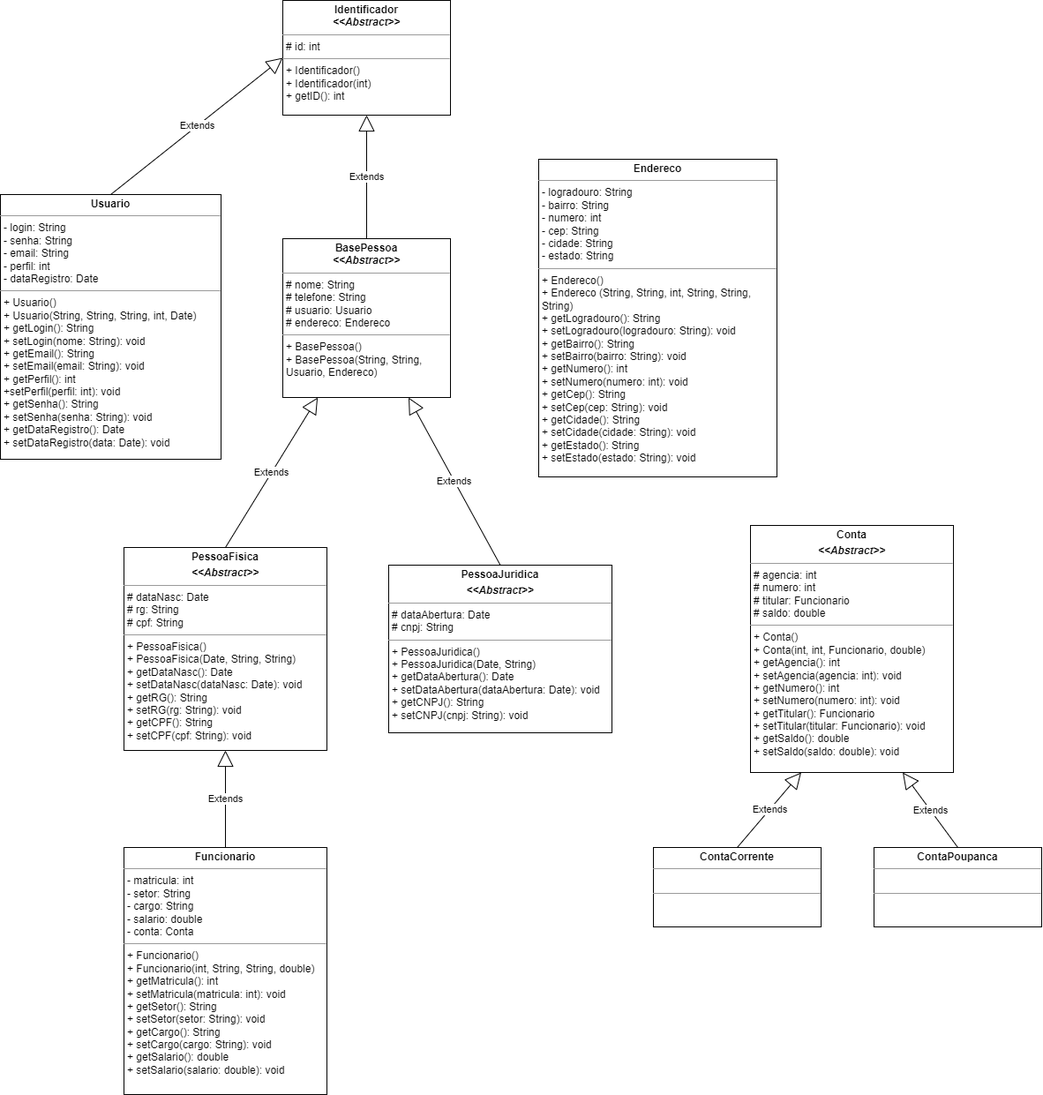
Above: lista04/diagramaDeClasse.png in adrielCarmo/POO (draw.io), before the change. Source tidied: cells renumbered, new cells last; positions are measured from the earlier drawing's top-left corner, leaving out a move shared by most shapes.
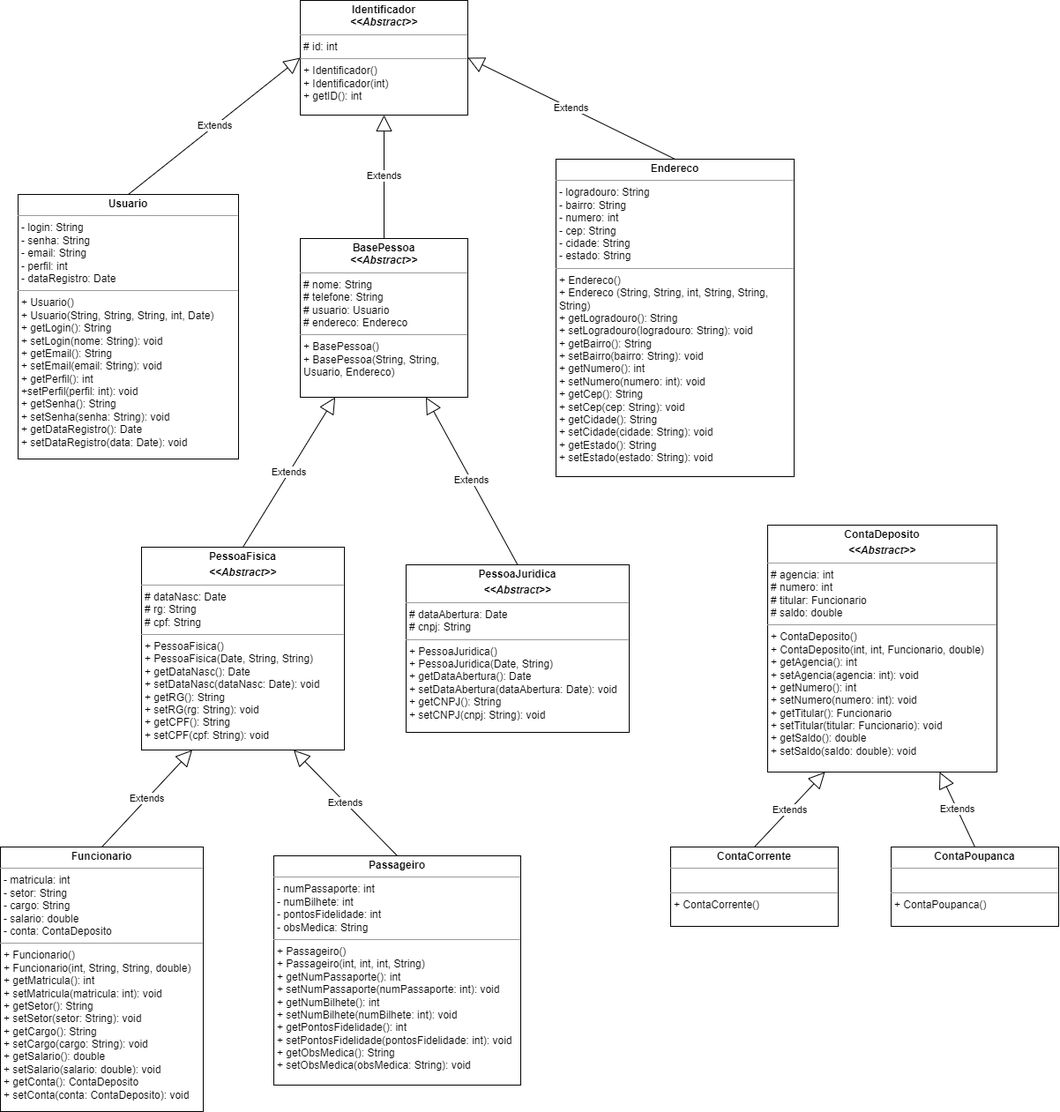
The same diagram one commit later.

What changed in the source:
```diff
@@ -32,19 +32,19 @@
     <mxCell id="11" value="Extends" style="endArrow=block;endSize=16;endFill=0;html=1;rounded=0;exitX=0.5;exitY=0;exitDx=0;exitDy=0;entryX=0;entryY=0.5;entryDx=0;entryDy=0;" parent="1" edge="1" source="3" target="4">
       <mxGeometry relative="1" as="geometry" />
     </mxCell>
-    <mxCell id="12" value="&lt;p style=&quot;margin:0px;margin-top:4px;text-align:center;&quot;&gt;&lt;b&gt;Funcionario&lt;/b&gt;&lt;/p&gt;&lt;hr size=&quot;1&quot;&gt;&lt;p style=&quot;margin:0px;margin-left:4px;&quot;&gt;- matricula: int&lt;/p&gt;&lt;p style=&quot;margin:0px;margin-left:4px;&quot;&gt;- setor: String&lt;/p&gt;&lt;p style=&quot;margin:0px;margin-left:4px;&quot;&gt;- cargo: String&lt;/p&gt;&lt;p style=&quot;margin:0px;margin-left:4px;&quot;&gt;- salario: double&lt;/p&gt;&lt;p style=&quot;margin:0px;margin-left:4px;&quot;&gt;- conta: Conta&lt;/p&gt;&lt;hr size=&quot;1&quot;&gt;&lt;p style=&quot;margin:0px;margin-left:4px;&quot;&gt;+ Funcionario()&lt;/p&gt;&lt;p style=&quot;margin:0px;margin-left:4px;&quot;&gt;+ Funcionario(int, String, String, double)&lt;/p&gt;&lt;p style=&quot;margin:0px;margin-left:4px;&quot;&gt;+ getMatricula(): int&lt;/p&gt;&lt;p style=&quot;margin:0px;margin-left:4px;&quot;&gt;+ setMatricula(matricula: int): void&lt;/p&gt;&lt;p style=&quot;margin:0px;margin-left:4px;&quot;&gt;+ getSetor(): String&lt;/p&gt;&lt;p style=&quot;margin:0px;margin-left:4px;&quot;&gt;+ setSetor(setor: String): void&lt;/p&gt;&lt;p style=&quot;margin:0px;margin-left:4px;&quot;&gt;+ getCargo(): String&lt;/p&gt;&lt;p style=&quot;margin:0px;margin-left:4px;&quot;&gt;+ setCargo(cargo: String): void&lt;/p&gt;&lt;p style=&quot;margin:0px;margin-left:4px;&quot;&gt;+ getSalario(): double&lt;/p&gt;&lt;p style=&quot;margin:0px;margin-left:4px;&quot;&gt;+ setSalario(salario: double): void&lt;/p&gt;" style="verticalAlign=top;align=left;overflow=fill;fontSize=12;fontFamily=Helvetica;html=1;whiteSpace=wrap;" parent="1" vertex="1">
-      <mxGeometry x="140" y="960" width="230" height="280" as="geometry" />
+    <mxCell id="12" value="&lt;p style=&quot;margin:0px;margin-top:4px;text-align:center;&quot;&gt;&lt;b&gt;Funcionario&lt;/b&gt;&lt;/p&gt;&lt;hr size=&quot;1&quot;&gt;&lt;p style=&quot;margin:0px;margin-left:4px;&quot;&gt;- matricula: int&lt;/p&gt;&lt;p style=&quot;margin:0px;margin-left:4px;&quot;&gt;- setor: String&lt;/p&gt;&lt;p style=&quot;margin:0px;margin-left:4px;&quot;&gt;- cargo: String&lt;/p&gt;&lt;p style=&quot;margin:0px;margin-left:4px;&quot;&gt;- salario: double&lt;/p&gt;&lt;p style=&quot;margin:0px;margin-left:4px;&quot;&gt;- conta: ContaDeposito&lt;/p&gt;&lt;hr size=&quot;1&quot;&gt;&lt;p style=&quot;margin:0px;margin-left:4px;&quot;&gt;+ Funcionario()&lt;/p&gt;&lt;p style=&quot;margin:0px;margin-left:4px;&quot;&gt;+ Funcionario(int, String, String, double)&lt;/p&gt;&lt;p style=&quot;margin:0px;margin-left:4px;&quot;&gt;+ getMatricula(): int&lt;/p&gt;&lt;p style=&quot;margin:0px;margin-left:4px;&quot;&gt;+ setMatricula(matricula: int): void&lt;/p&gt;&lt;p style=&quot;margin:0px;margin-left:4px;&quot;&gt;+ getSetor(): String&lt;/p&gt;&lt;p style=&quot;margin:0px;margin-left:4px;&quot;&gt;+ setSetor(setor: String): void&lt;/p&gt;&lt;p style=&quot;margin:0px;margin-left:4px;&quot;&gt;+ getCargo(): String&lt;/p&gt;&lt;p style=&quot;margin:0px;margin-left:4px;&quot;&gt;+ setCargo(cargo: String): void&lt;/p&gt;&lt;p style=&quot;margin:0px;margin-left:4px;&quot;&gt;+ getSalario(): double&lt;/p&gt;&lt;p style=&quot;margin:0px;margin-left:4px;&quot;&gt;+ setSalario(salario: double): void&lt;/p&gt;&lt;p style=&quot;border-color: var(--border-color); margin: 0px 0px 0px 4px;&quot;&gt;+ getConta(): ContaDeposito&lt;/p&gt;&lt;p style=&quot;border-color: var(--border-color); margin: 0px 0px 0px 4px;&quot;&gt;+ setConta(conta: ContaDeposito): void&lt;/p&gt;" style="verticalAlign=top;align=left;overflow=fill;fontSize=12;fontFamily=Helvetica;html=1;whiteSpace=wrap;" parent="1" vertex="1">
+      <mxGeometry x="-20" y="960" width="230" height="300" as="geometry" />
     </mxCell>
-    <mxCell id="13" value="Extends" style="endArrow=block;endSize=16;endFill=0;html=1;rounded=0;" parent="1" edge="1" source="12" target="5">
+    <mxCell id="13" value="Extends" style="endArrow=block;endSize=16;endFill=0;html=1;rounded=0;entryX=0.25;entryY=1;entryDx=0;entryDy=0;exitX=0.5;exitY=0;exitDx=0;exitDy=0;" parent="1" edge="1" source="12" target="5">
       <mxGeometry relative="1" as="geometry" />
     </mxCell>
-    <mxCell id="14" value="&lt;p style=&quot;margin:0px;margin-top:4px;text-align:center;&quot;&gt;&lt;b&gt;Conta&lt;/b&gt;&lt;/p&gt;&lt;p style=&quot;margin:0px;margin-top:4px;text-align:center;&quot;&gt;&lt;b&gt;&lt;i&gt;&amp;lt;&amp;lt;Abstract&amp;gt;&amp;gt;&lt;/i&gt;&lt;/b&gt;&lt;/p&gt;&lt;hr size=&quot;1&quot;&gt;&lt;p style=&quot;margin:0px;margin-left:4px;&quot;&gt;# agencia: int&lt;/p&gt;&lt;p style=&quot;margin:0px;margin-left:4px;&quot;&gt;# numero: int&lt;/p&gt;&lt;p style=&quot;margin:0px;margin-left:4px;&quot;&gt;# titular: Funcionario&lt;br&gt;&lt;/p&gt;&lt;p style=&quot;margin:0px;margin-left:4px;&quot;&gt;# saldo: double&lt;/p&gt;&lt;hr size=&quot;1&quot;&gt;&lt;p style=&quot;margin:0px;margin-left:4px;&quot;&gt;+ Conta()&lt;/p&gt;&lt;p style=&quot;margin:0px;margin-left:4px;&quot;&gt;+ Conta(int, int, Funcionario, double)&lt;/p&gt;&lt;p style=&quot;margin:0px;margin-left:4px;&quot;&gt;+ getAgencia(): int&lt;/p&gt;&lt;p style=&quot;margin:0px;margin-left:4px;&quot;&gt;+ setAgencia(agencia: int): void&lt;/p&gt;&lt;p style=&quot;margin:0px;margin-left:4px;&quot;&gt;+ getNumero(): int&lt;/p&gt;&lt;p style=&quot;margin:0px;margin-left:4px;&quot;&gt;+ setNumero(numero: int): void&lt;/p&gt;&lt;p style=&quot;margin:0px;margin-left:4px;&quot;&gt;+ getTitular(): Funcionario&lt;/p&gt;&lt;p style=&quot;margin:0px;margin-left:4px;&quot;&gt;+ setTitular(titular: Funcionario): void&lt;/p&gt;&lt;p style=&quot;margin:0px;margin-left:4px;&quot;&gt;+ getSaldo(): double&lt;/p&gt;&lt;p style=&quot;margin:0px;margin-left:4px;&quot;&gt;+ setSaldo(saldo: double): void&lt;/p&gt;" style="verticalAlign=top;align=left;overflow=fill;fontSize=12;fontFamily=Helvetica;html=1;whiteSpace=wrap;" parent="1" vertex="1">
-      <mxGeometry x="850" y="595" width="230" height="280" as="geometry" />
+    <mxCell id="14" value="&lt;p style=&quot;margin:0px;margin-top:4px;text-align:center;&quot;&gt;&lt;b&gt;ContaDeposito&lt;/b&gt;&lt;/p&gt;&lt;p style=&quot;margin:0px;margin-top:4px;text-align:center;&quot;&gt;&lt;b&gt;&lt;i&gt;&amp;lt;&amp;lt;Abstract&amp;gt;&amp;gt;&lt;/i&gt;&lt;/b&gt;&lt;/p&gt;&lt;hr size=&quot;1&quot;&gt;&lt;p style=&quot;margin:0px;margin-left:4px;&quot;&gt;# agencia: int&lt;/p&gt;&lt;p style=&quot;margin:0px;margin-left:4px;&quot;&gt;# numero: int&lt;/p&gt;&lt;p style=&quot;margin:0px;margin-left:4px;&quot;&gt;# titular: Funcionario&lt;br&gt;&lt;/p&gt;&lt;p style=&quot;margin:0px;margin-left:4px;&quot;&gt;# saldo: double&lt;/p&gt;&lt;hr size=&quot;1&quot;&gt;&lt;p style=&quot;margin:0px;margin-left:4px;&quot;&gt;+ ContaDeposito()&lt;/p&gt;&lt;p style=&quot;margin:0px;margin-left:4px;&quot;&gt;+ ContaDeposito(int, int, Funcionario, double)&lt;/p&gt;&lt;p style=&quot;margin:0px;margin-left:4px;&quot;&gt;+ getAgencia(): int&lt;/p&gt;&lt;p style=&quot;margin:0px;margin-left:4px;&quot;&gt;+ setAgencia(agencia: int): void&lt;/p&gt;&lt;p style=&quot;margin:0px;margin-left:4px;&quot;&gt;+ getNumero(): int&lt;/p&gt;&lt;p style=&quot;margin:0px;margin-left:4px;&quot;&gt;+ setNumero(numero: int): void&lt;/p&gt;&lt;p style=&quot;margin:0px;margin-left:4px;&quot;&gt;+ getTitular(): Funcionario&lt;/p&gt;&lt;p style=&quot;margin:0px;margin-left:4px;&quot;&gt;+ setTitular(titular: Funcionario): void&lt;/p&gt;&lt;p style=&quot;margin:0px;margin-left:4px;&quot;&gt;+ getSaldo(): double&lt;/p&gt;&lt;p style=&quot;margin:0px;margin-left:4px;&quot;&gt;+ setSaldo(saldo: double): void&lt;/p&gt;" style="verticalAlign=top;align=left;overflow=fill;fontSize=12;fontFamily=Helvetica;html=1;whiteSpace=wrap;" parent="1" vertex="1">
+      <mxGeometry x="850" y="595" width="260" height="280" as="geometry" />
     </mxCell>
-    <mxCell id="15" value="&lt;p style=&quot;margin:0px;margin-top:4px;text-align:center;&quot;&gt;&lt;b&gt;ContaPoupanca&lt;/b&gt;&lt;/p&gt;&lt;hr size=&quot;1&quot;&gt;&lt;p style=&quot;margin:0px;margin-left:4px;&quot;&gt;&lt;br&gt;&lt;/p&gt;&lt;hr size=&quot;1&quot;&gt;&lt;p style=&quot;margin:0px;margin-left:4px;&quot;&gt;&lt;br&gt;&lt;/p&gt;" style="verticalAlign=top;align=left;overflow=fill;fontSize=12;fontFamily=Helvetica;html=1;whiteSpace=wrap;" parent="1" vertex="1">
+    <mxCell id="15" value="&lt;p style=&quot;margin:0px;margin-top:4px;text-align:center;&quot;&gt;&lt;b&gt;ContaPoupanca&lt;/b&gt;&lt;/p&gt;&lt;hr size=&quot;1&quot;&gt;&lt;p style=&quot;margin:0px;margin-left:4px;&quot;&gt;&lt;br&gt;&lt;/p&gt;&lt;hr size=&quot;1&quot;&gt;&lt;p style=&quot;margin:0px;margin-left:4px;&quot;&gt;+ ContaPoupanca()&lt;/p&gt;" style="verticalAlign=top;align=left;overflow=fill;fontSize=12;fontFamily=Helvetica;html=1;whiteSpace=wrap;" parent="1" vertex="1">
       <mxGeometry x="990" y="960" width="190" height="90" as="geometry" />
     </mxCell>
-    <mxCell id="16" value="&lt;p style=&quot;margin:0px;margin-top:4px;text-align:center;&quot;&gt;&lt;b&gt;ContaCorrente&lt;/b&gt;&lt;/p&gt;&lt;hr size=&quot;1&quot;&gt;&lt;p style=&quot;margin:0px;margin-left:4px;&quot;&gt;&lt;br&gt;&lt;/p&gt;&lt;hr size=&quot;1&quot;&gt;&lt;p style=&quot;margin:0px;margin-left:4px;&quot;&gt;&lt;br&gt;&lt;/p&gt;" style="verticalAlign=top;align=left;overflow=fill;fontSize=12;fontFamily=Helvetica;html=1;whiteSpace=wrap;" parent="1" vertex="1">
+    <mxCell id="16" value="&lt;p style=&quot;margin:0px;margin-top:4px;text-align:center;&quot;&gt;&lt;b&gt;ContaCorrente&lt;/b&gt;&lt;/p&gt;&lt;hr size=&quot;1&quot;&gt;&lt;p style=&quot;margin:0px;margin-left:4px;&quot;&gt;&lt;br&gt;&lt;/p&gt;&lt;hr size=&quot;1&quot;&gt;&lt;p style=&quot;margin:0px;margin-left:4px;&quot;&gt;+ ContaCorrente()&lt;/p&gt;" style="verticalAlign=top;align=left;overflow=fill;fontSize=12;fontFamily=Helvetica;html=1;whiteSpace=wrap;" parent="1" vertex="1">
       <mxGeometry x="740" y="960" width="190" height="90" as="geometry" />
     </mxCell>
     <mxCell id="17" value="Extends" style="endArrow=block;endSize=16;endFill=0;html=1;rounded=0;entryX=0.25;entryY=1;entryDx=0;entryDy=0;exitX=0.5;exitY=0;exitDx=0;exitDy=0;" parent="1" edge="1" source="16" target="14">
@@ -53,5 +53,14 @@
     <mxCell id="18" value="Extends" style="endArrow=block;endSize=16;endFill=0;html=1;rounded=0;entryX=0.75;entryY=1;entryDx=0;entryDy=0;exitX=0.5;exitY=0;exitDx=0;exitDy=0;" parent="1" edge="1" source="15" target="14">
       <mxGeometry relative="1" as="geometry" />
     </mxCell>
+    <mxCell id="19" value="&lt;p style=&quot;margin:0px;margin-top:4px;text-align:center;&quot;&gt;&lt;b&gt;Passageiro&lt;/b&gt;&lt;/p&gt;&lt;hr size=&quot;1&quot;&gt;&lt;p style=&quot;margin:0px;margin-left:4px;&quot;&gt;- numPassaporte: int&lt;/p&gt;&lt;p style=&quot;margin:0px;margin-left:4px;&quot;&gt;- numBilhete: int&lt;/p&gt;&lt;p style=&quot;margin:0px;margin-left:4px;&quot;&gt;- pontosFidelidade: int&lt;/p&gt;&lt;p style=&quot;margin:0px;margin-left:4px;&quot;&gt;- obsMedica: String&lt;/p&gt;&lt;hr size=&quot;1&quot;&gt;&lt;p style=&quot;margin:0px;margin-left:4px;&quot;&gt;+ Passageiro()&lt;/p&gt;&lt;p style=&quot;margin:0px;margin-left:4px;&quot;&gt;+ Passageiro(int, int, int, String)&lt;/p&gt;&lt;p style=&quot;margin:0px;margin-left:4px;&quot;&gt;+ getNumPassaporte(): int&lt;/p&gt;&lt;p style=&quot;margin:0px;margin-left:4px;&quot;&gt;+ setNumPassaporte(numPassaporte: int): void&lt;/p&gt;&lt;p style=&quot;margin:0px;margin-left:4px;&quot;&gt;+ getNumBilhete(): int&lt;/p&gt;&lt;p style=&quot;margin:0px;margin-left:4px;&quot;&gt;+ setNumBilhete(numBilhete: int): void&lt;/p&gt;&lt;p style=&quot;margin:0px;margin-left:4px;&quot;&gt;+ getPontosFidelidade(): int&lt;/p&gt;&lt;p style=&quot;margin:0px;margin-left:4px;&quot;&gt;+ setPontosFidelidade(pontosFidelidade: int): void&lt;/p&gt;&lt;p style=&quot;margin:0px;margin-left:4px;&quot;&gt;+ getObsMedica(): String&lt;/p&gt;&lt;p style=&quot;margin:0px;margin-left:4px;&quot;&gt;+ setObsMedica(obsMedica: String): void&lt;/p&gt;&lt;div&gt;&lt;br&gt;&lt;/div&gt;" style="verticalAlign=top;align=left;overflow=fill;fontSize=12;fontFamily=Helvetica;html=1;whiteSpace=wrap;" parent="1" vertex="1">
+      <mxGeometry x="290" y="970" width="280" height="260" as="geometry" />
+    </mxCell>
+    <mxCell id="20" value="Extends" style="endArrow=block;endSize=16;endFill=0;html=1;rounded=0;entryX=0.75;entryY=1;entryDx=0;entryDy=0;exitX=0.5;exitY=0;exitDx=0;exitDy=0;" parent="1" edge="1" source="19" target="5">
+      <mxGeometry relative="1" as="geometry" />
+    </mxCell>
+    <mxCell id="21" value="Extends" style="endArrow=block;endSize=16;endFill=0;html=1;rounded=0;entryX=1;entryY=0.5;entryDx=0;entryDy=0;exitX=0.5;exitY=0;exitDx=0;exitDy=0;" parent="1" edge="1" source="10" target="4">
+      <mxGeometry relative="1" as="geometry" />
+    </mxCell>
   </root>
 </mxGraphModel>
```
